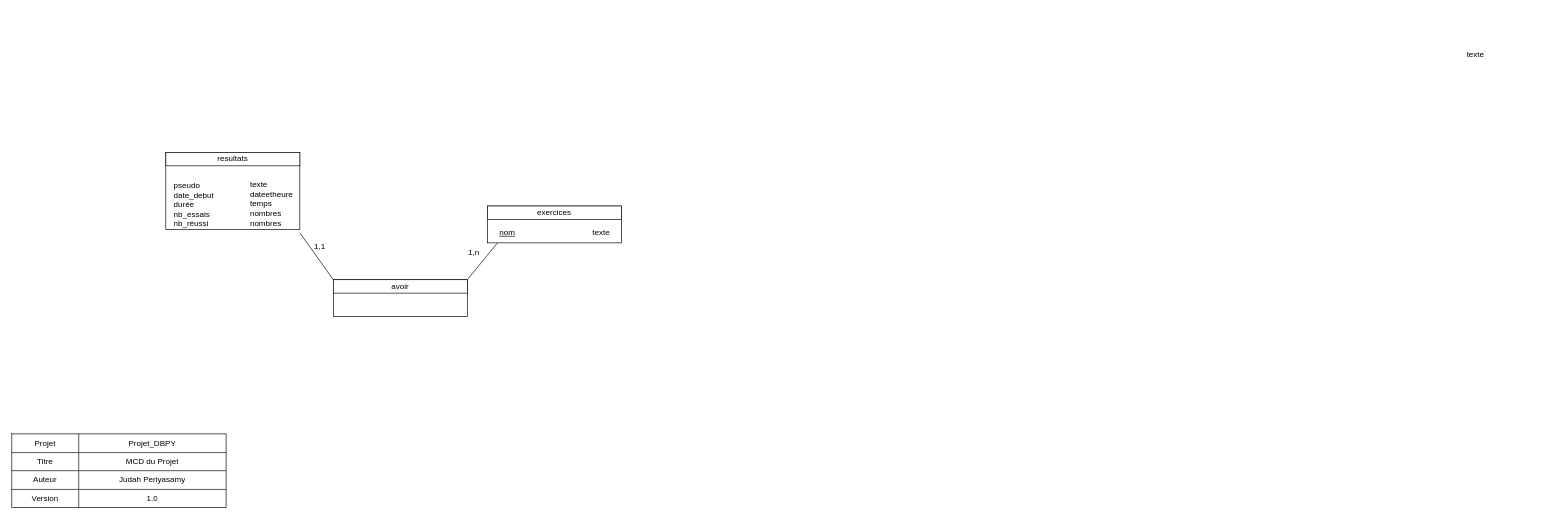
Judah-Periyasamy/braintraining_forstudents_judah keeps this draw.io diagram as DBPY_Proj.drawio. Above is the earlier version. Source tidied: cells renumbered, new cells numbered last; positions are measured from the earlier drawing's top-left corner, leaving out a move shared by most shapes. Both pictures are drawn from the tidied source at 67%, with x=0, y=0 at pixel (11, 45).
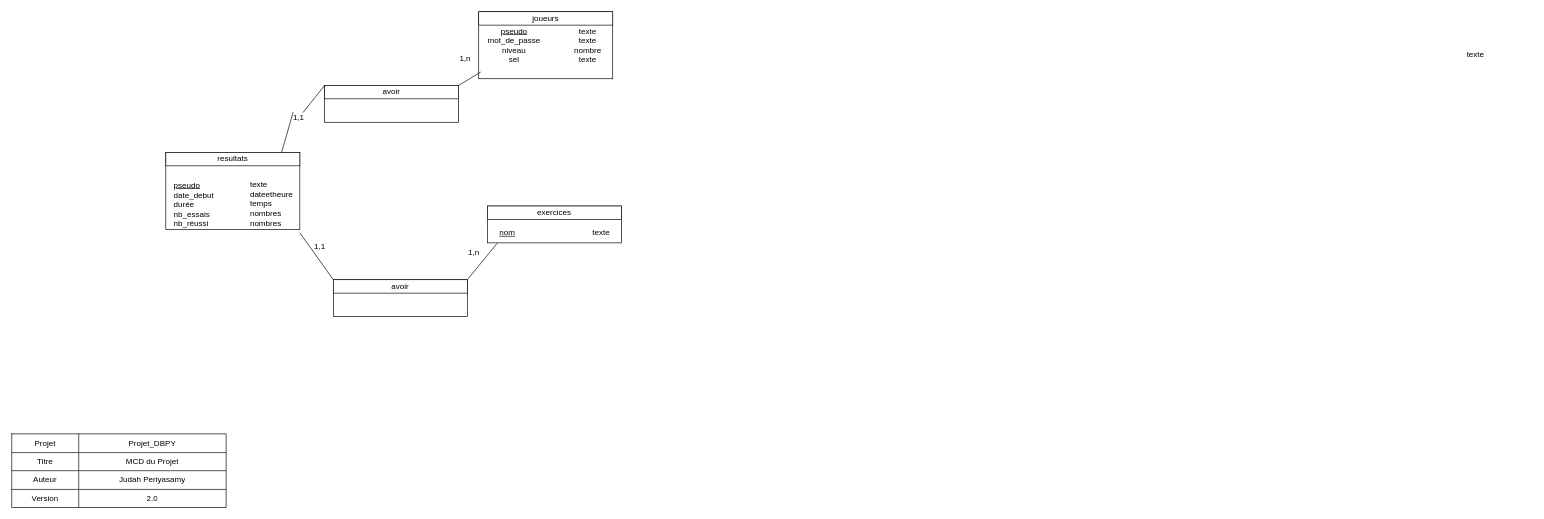
Above is the later version.

Commit message (it also covers changes not shown here):
Update about sprint 3

Update

Unchanged cells that the change refers to:
```xml
<mxCell id="12" style="shape=partialRectangle;html=1;whiteSpace=wrap;fillColor=none;top=0;left=0;bottom=0;right=0;" parent="2" vertex="1">
  <mxGeometry y="83" width="320" height="27" as="geometry" />
</mxCell>
<mxCell id="17" value="resultats" style="rounded=0;whiteSpace=wrap;html=1;" parent="1" vertex="1">
  <mxGeometry x="230" y="160" width="200" height="20" as="geometry" />
</mxCell>
```

What changed in the source:
```diff
@@
-    <mxCell id="14" value="1.0" style="shape=partialRectangle;html=1;whiteSpace=wrap;overflow=hidden;fillColor=none;top=0;left=0;bottom=0;right=0;" parent="12" vertex="1">
+    <mxCell id="14" value="2.0" style="shape=partialRectangle;html=1;whiteSpace=wrap;overflow=hidden;fillColor=none;top=0;left=0;bottom=0;right=0;" parent="12" vertex="1">
       <mxGeometry x="100" width="220" height="27" as="geometry" />
     </mxCell>
@@
-    <mxCell id="18" value="&lt;br&gt;pseudo&lt;br&gt;date_debut&lt;br&gt;durée&lt;br&gt;nb_essais&lt;br&gt;nb_réussi" style="text;html=1;strokeColor=none;fillColor=none;align=left;verticalAlign=top;whiteSpace=wrap;rounded=0;" parent="1" vertex="1">
+    <mxCell id="18" value="&lt;br&gt;&lt;u&gt;pseudo&lt;/u&gt;&lt;br&gt;date_debut&lt;br&gt;durée&lt;br&gt;nb_essais&lt;br&gt;nb_réussi" style="text;html=1;strokeColor=none;fillColor=none;align=left;verticalAlign=top;whiteSpace=wrap;rounded=0;" parent="1" vertex="1">
       <mxGeometry x="240" y="181" width="99" height="135" as="geometry" />
     </mxCell>
@@
+    <mxCell id="30" value="&lt;div style=&quot;box-sizing: border-box ; width: 100% ; padding: 2px&quot;&gt;&lt;br&gt;&lt;/div&gt;" style="verticalAlign=top;align=center;overflow=fill;html=1;rounded=0;shadow=0;comic=0;labelBackgroundColor=none;strokeColor=#000000;strokeWidth=1;fillColor=#ffffff;fontFamily=Verdana;fontSize=12;fontColor=#000000;" parent="1" vertex="1">
+      <mxGeometry x="697" y="-50" width="200" height="100" as="geometry" />
+    </mxCell>
+    <mxCell id="31" value="joueurs" style="rounded=0;whiteSpace=wrap;html=1;" parent="1" vertex="1">
+      <mxGeometry x="697" y="-50" width="200" height="20" as="geometry" />
+    </mxCell>
+    <mxCell id="32" value="&lt;u&gt;pseudo&lt;/u&gt;&lt;br&gt;mot_de_passe&lt;br&gt;niveau&lt;br&gt;sel" style="text;html=1;strokeColor=none;fillColor=none;align=center;verticalAlign=middle;whiteSpace=wrap;rounded=0;" parent="1" vertex="1">
+      <mxGeometry x="720" y="-15" width="60" height="30" as="geometry" />
+    </mxCell>
+    <mxCell id="33" value="texte&lt;br&gt;texte&lt;br&gt;nombre&lt;br&gt;texte" style="text;html=1;strokeColor=none;fillColor=none;align=center;verticalAlign=middle;whiteSpace=wrap;rounded=0;" parent="1" vertex="1">
+      <mxGeometry x="830" y="-15" width="60" height="30" as="geometry" />
+    </mxCell>
+    <mxCell id="34" value="&lt;div style=&quot;box-sizing: border-box ; width: 100% ; padding: 2px&quot;&gt;&lt;br&gt;&lt;/div&gt;" style="verticalAlign=top;align=center;overflow=fill;html=1;rounded=0;shadow=0;comic=0;labelBackgroundColor=none;strokeColor=#000000;strokeWidth=1;fillColor=#ffffff;fontFamily=Verdana;fontSize=12;fontColor=#000000;" parent="1" vertex="1">
+      <mxGeometry x="467" y="60" width="200" height="55" as="geometry" />
+    </mxCell>
+    <mxCell id="35" value="avoir" style="rounded=0;whiteSpace=wrap;html=1;" parent="1" vertex="1">
+      <mxGeometry x="467" y="60" width="200" height="20" as="geometry" />
+    </mxCell>
+    <mxCell id="36" style="endArrow=none;html=1;rounded=0;exitX=1;exitY=0;exitDx=0;exitDy=0;" parent="1" edge="1" source="35">
+      <mxGeometry relative="1" as="geometry">
+        <mxPoint x="700" y="40" as="targetPoint" />
+      </mxGeometry>
+    </mxCell>
+    <mxCell id="37" style="endArrow=none;html=1;rounded=0;exitX=0;exitY=0;exitDx=0;exitDy=0;entryX=0.863;entryY=0.033;entryDx=0;entryDy=0;entryPerimeter=0;" parent="1" edge="1" source="40" target="17">
+      <mxGeometry relative="1" as="geometry" />
+    </mxCell>
+    <mxCell id="38" value="1,n" style="text;html=1;strokeColor=none;fillColor=none;align=center;verticalAlign=middle;whiteSpace=wrap;rounded=0;" parent="1" vertex="1">
+      <mxGeometry x="647" y="5" width="60" height="30" as="geometry" />
+    </mxCell>
+    <mxCell id="39" style="endArrow=none;html=1;rounded=0;exitX=0;exitY=0;exitDx=0;exitDy=0;entryX=0.863;entryY=0.033;entryDx=0;entryDy=0;entryPerimeter=0;" parent="1" edge="1" source="35" target="40">
+      <mxGeometry relative="1" as="geometry" />
+    </mxCell>
+    <mxCell id="40" value="1,1" style="text;html=1;strokeColor=none;fillColor=none;align=center;verticalAlign=middle;whiteSpace=wrap;rounded=0;" parent="1" vertex="1">
+      <mxGeometry x="420" y="100" width="17" height="15" as="geometry" />
+    </mxCell>
```
